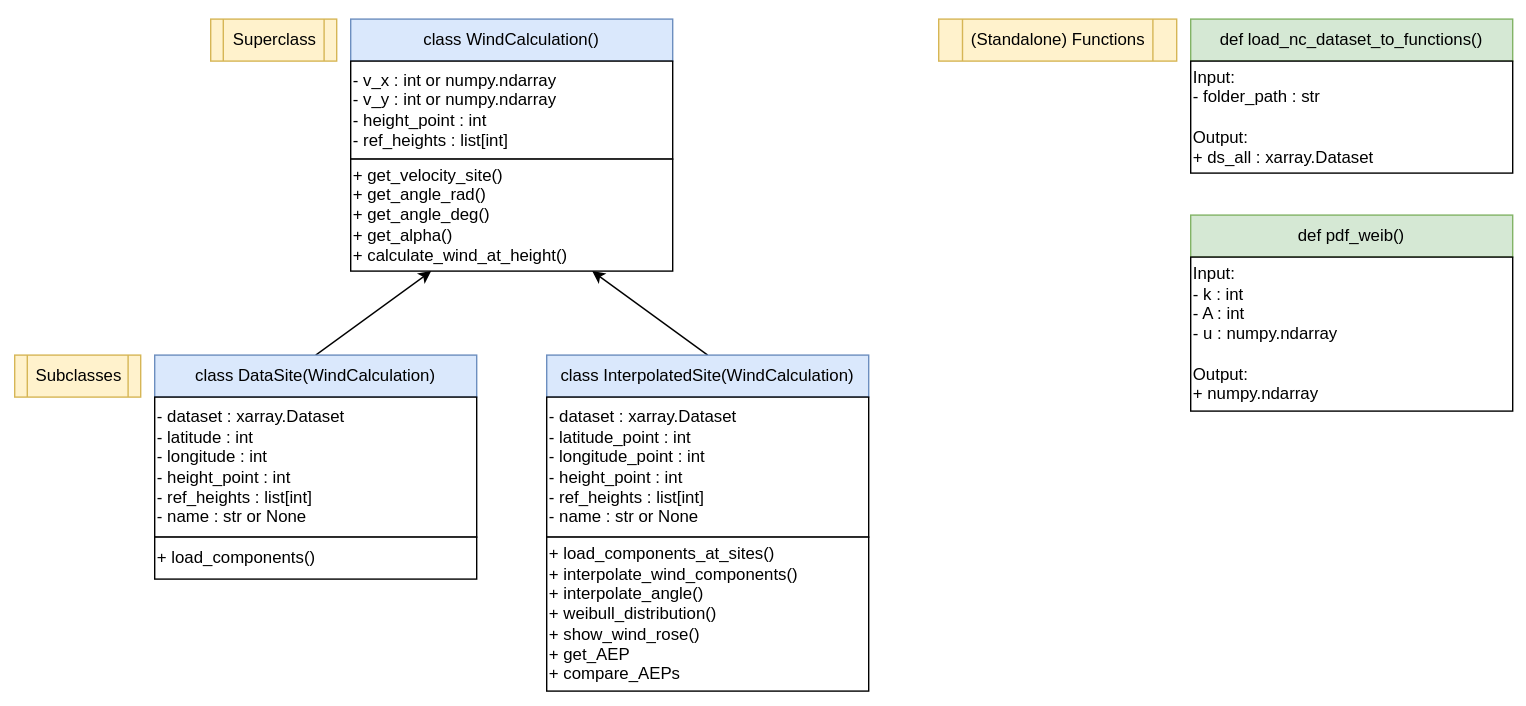
Above: Overview.svg in DTUWindEducation/final-project-grustlers (draw.io), before the change. Source tidied: cells renumbered, new cells last; positions are measured from the earlier drawing's top-left corner, leaving out a move shared by most shapes. The source it was exported from:
```xml
<mxGraphModel>
  <root>
    <mxCell id="0" />
    <mxCell id="1" parent="0" />
    <mxCell id="2" style="rounded=0;whiteSpace=wrap;html=1;strokeColor=none;" parent="1" vertex="1">
      <mxGeometry y="0.5" width="1090" height="503.5" as="geometry" />
    </mxCell>
    <mxCell id="3" value="class WindCalculation()" style="rounded=0;whiteSpace=wrap;html=1;fillColor=#dae8fc;strokeColor=#6c8ebf;" parent="1" vertex="1">
      <mxGeometry x="250" y="14" width="230" height="30" as="geometry" />
    </mxCell>
    <mxCell id="4" value="- v_x : int or numpy.ndarray&lt;div&gt;- v_y : int or numpy.ndarray&lt;/div&gt;&lt;div&gt;- height_point : int&lt;/div&gt;&lt;div&gt;- ref_heights : list[int]&lt;/div&gt;" style="rounded=0;whiteSpace=wrap;html=1;align=left;" parent="1" vertex="1">
      <mxGeometry x="250" y="44" width="230" height="70" as="geometry" />
    </mxCell>
    <mxCell id="5" value="+ get_velocity_site()&lt;div&gt;+ get_angle_rad()&lt;/div&gt;&lt;div&gt;+ get_angle_deg()&lt;/div&gt;&lt;div&gt;+ get_alpha()&lt;/div&gt;&lt;div&gt;+ calculate_wind_at_height()&lt;/div&gt;" style="rounded=0;whiteSpace=wrap;html=1;align=left;" parent="1" vertex="1">
      <mxGeometry x="250" y="114" width="230" height="80" as="geometry" />
    </mxCell>
    <mxCell id="6" style="edgeStyle=none;html=1;exitX=0.5;exitY=0;exitDx=0;exitDy=0;entryX=0.25;entryY=1;entryDx=0;entryDy=0;" parent="1" edge="1" source="7" target="5">
      <mxGeometry relative="1" as="geometry" />
    </mxCell>
    <mxCell id="7" value="class DataSite(WindCalculation)" style="rounded=0;whiteSpace=wrap;html=1;fillColor=#dae8fc;strokeColor=#6c8ebf;" parent="1" vertex="1">
      <mxGeometry x="110" y="254" width="230" height="30" as="geometry" />
    </mxCell>
    <mxCell id="8" style="edgeStyle=none;html=1;exitX=0.5;exitY=0;exitDx=0;exitDy=0;entryX=0.75;entryY=1;entryDx=0;entryDy=0;" parent="1" edge="1" source="9" target="5">
      <mxGeometry relative="1" as="geometry" />
    </mxCell>
    <mxCell id="9" value="class InterpolatedSite(WindCalculation)" style="rounded=0;whiteSpace=wrap;html=1;fillColor=#dae8fc;strokeColor=#6c8ebf;" parent="1" vertex="1">
      <mxGeometry x="390" y="254" width="230" height="30" as="geometry" />
    </mxCell>
    <mxCell id="10" value="&lt;div&gt;- dataset :&amp;nbsp;xarray.Dataset&lt;/div&gt;&lt;div&gt;- latitude : int&lt;/div&gt;&lt;div&gt;- longitude : int&lt;/div&gt;&lt;span style=&quot;background-color: transparent;&quot;&gt;- height_point : int&lt;/span&gt;&lt;div&gt;- ref_heights : list[int]&lt;/div&gt;&lt;div&gt;- name : str or None&lt;/div&gt;" style="rounded=0;whiteSpace=wrap;html=1;align=left;" parent="1" vertex="1">
      <mxGeometry x="110" y="284" width="230" height="100" as="geometry" />
    </mxCell>
    <mxCell id="11" value="+ load_components()" style="rounded=0;whiteSpace=wrap;html=1;align=left;" parent="1" vertex="1">
      <mxGeometry x="110" y="384" width="230" height="30" as="geometry" />
    </mxCell>
    <mxCell id="12" value="Superclass" style="shape=process;whiteSpace=wrap;html=1;backgroundOutline=1;fillColor=#fff2cc;strokeColor=#d6b656;" parent="1" vertex="1">
      <mxGeometry x="150" y="14" width="90" height="30" as="geometry" />
    </mxCell>
    <mxCell id="13" value="Subclasses" style="shape=process;whiteSpace=wrap;html=1;backgroundOutline=1;fillColor=#fff2cc;strokeColor=#d6b656;" parent="1" vertex="1">
      <mxGeometry x="10" y="254" width="90" height="30" as="geometry" />
    </mxCell>
    <mxCell id="14" value="&lt;div&gt;- dataset :&amp;nbsp;xarray.Dataset&lt;/div&gt;&lt;div&gt;- latitude_point : int&lt;/div&gt;&lt;div&gt;- longitude_point : int&lt;/div&gt;&lt;span style=&quot;background-color: transparent;&quot;&gt;- height_point : int&lt;/span&gt;&lt;div&gt;- ref_heights : list[int]&lt;/div&gt;&lt;div&gt;- name : str or None&lt;/div&gt;" style="rounded=0;whiteSpace=wrap;html=1;align=left;" parent="1" vertex="1">
      <mxGeometry x="390" y="284" width="230" height="100" as="geometry" />
    </mxCell>
    <mxCell id="15" value="+ load_components_at_sites()&lt;div&gt;+ interpolate_wind_components()&lt;/div&gt;&lt;div&gt;+ interpolate_angle()&lt;/div&gt;&lt;div&gt;+ weibull_distribution()&lt;/div&gt;&lt;div&gt;+ show_wind_rose()&lt;/div&gt;&lt;div&gt;+ get_AEP&lt;/div&gt;&lt;div&gt;+ compare_AEPs&lt;/div&gt;" style="rounded=0;whiteSpace=wrap;html=1;align=left;" parent="1" vertex="1">
      <mxGeometry x="390" y="384" width="230" height="110" as="geometry" />
    </mxCell>
    <mxCell id="16" value="(Standalone) Functions" style="shape=process;whiteSpace=wrap;html=1;backgroundOutline=1;fillColor=#fff2cc;strokeColor=#d6b656;" parent="1" vertex="1">
      <mxGeometry x="670" y="14" width="170" height="30" as="geometry" />
    </mxCell>
    <mxCell id="17" value="def load_nc_dataset_to_functions()" style="rounded=0;whiteSpace=wrap;html=1;fillColor=#d5e8d4;strokeColor=#82b366;" parent="1" vertex="1">
      <mxGeometry x="850" y="14" width="230" height="30" as="geometry" />
    </mxCell>
    <mxCell id="18" value="&lt;div&gt;Input:&lt;/div&gt;- folder_path :&amp;nbsp;str&lt;br&gt;&lt;div&gt;&lt;br&gt;&lt;/div&gt;&lt;div&gt;Output:&lt;/div&gt;&lt;div&gt;+ ds_all : xarray.Dataset&lt;/div&gt;" style="rounded=0;whiteSpace=wrap;html=1;align=left;" parent="1" vertex="1">
      <mxGeometry x="850" y="44" width="230" height="80" as="geometry" />
    </mxCell>
    <mxCell id="19" value="def pdf_weib()" style="rounded=0;whiteSpace=wrap;html=1;fillColor=#d5e8d4;strokeColor=#82b366;" parent="1" vertex="1">
      <mxGeometry x="850" y="154" width="230" height="30" as="geometry" />
    </mxCell>
    <mxCell id="20" value="&lt;div&gt;Input:&lt;/div&gt;- k : int&lt;div&gt;&lt;font color=&quot;#000000&quot;&gt;- A : int&lt;/font&gt;&lt;/div&gt;&lt;div&gt;&lt;font color=&quot;#000000&quot;&gt;- u : numpy.ndarray&lt;br&gt;&lt;/font&gt;&lt;div&gt;&lt;br&gt;&lt;/div&gt;&lt;div&gt;Output:&lt;/div&gt;&lt;div&gt;+&amp;nbsp;&lt;span style=&quot;color: rgb(0, 0, 0); background-color: transparent;&quot;&gt;numpy.ndarray&lt;/span&gt;&lt;/div&gt;&lt;/div&gt;" style="rounded=0;whiteSpace=wrap;html=1;align=left;" parent="1" vertex="1">
      <mxGeometry x="850" y="184" width="230" height="110" as="geometry" />
    </mxCell>
  </root>
</mxGraphModel>
```
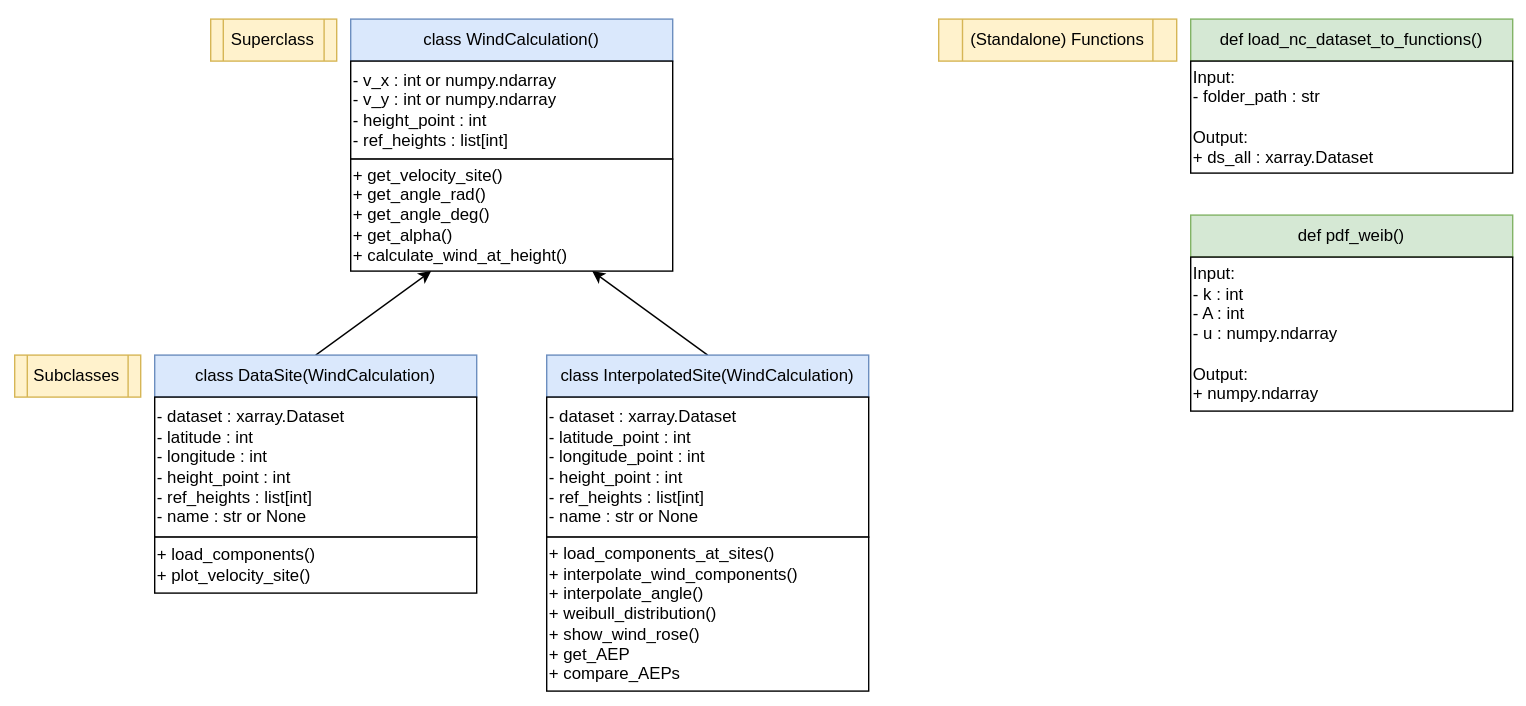
After the commit.

Commit message:
Updated README and diagrams to include latest changes

The edit, as a diff of the source:
```diff
@@ -29,8 +29,8 @@
     <mxCell id="10" value="&lt;div&gt;- dataset :&amp;nbsp;xarray.Dataset&lt;/div&gt;&lt;div&gt;- latitude : int&lt;/div&gt;&lt;div&gt;- longitude : int&lt;/div&gt;&lt;span style=&quot;background-color: transparent;&quot;&gt;- height_point : int&lt;/span&gt;&lt;div&gt;- ref_heights : list[int]&lt;/div&gt;&lt;div&gt;- name : str or None&lt;/div&gt;" style="rounded=0;whiteSpace=wrap;html=1;align=left;" parent="1" vertex="1">
       <mxGeometry x="110" y="284" width="230" height="100" as="geometry" />
     </mxCell>
-    <mxCell id="11" value="+ load_components()" style="rounded=0;whiteSpace=wrap;html=1;align=left;" parent="1" vertex="1">
-      <mxGeometry x="110" y="384" width="230" height="30" as="geometry" />
+    <mxCell id="11" value="+ load_components()&lt;div&gt;+ plot_velocity_site()&lt;/div&gt;" style="rounded=0;whiteSpace=wrap;html=1;align=left;" parent="1" vertex="1">
+      <mxGeometry x="110" y="384" width="230" height="40" as="geometry" />
     </mxCell>
     <mxCell id="12" value="Superclass" style="shape=process;whiteSpace=wrap;html=1;backgroundOutline=1;fillColor=#fff2cc;strokeColor=#d6b656;" parent="1" vertex="1">
       <mxGeometry x="150" y="14" width="90" height="30" as="geometry" />
```
